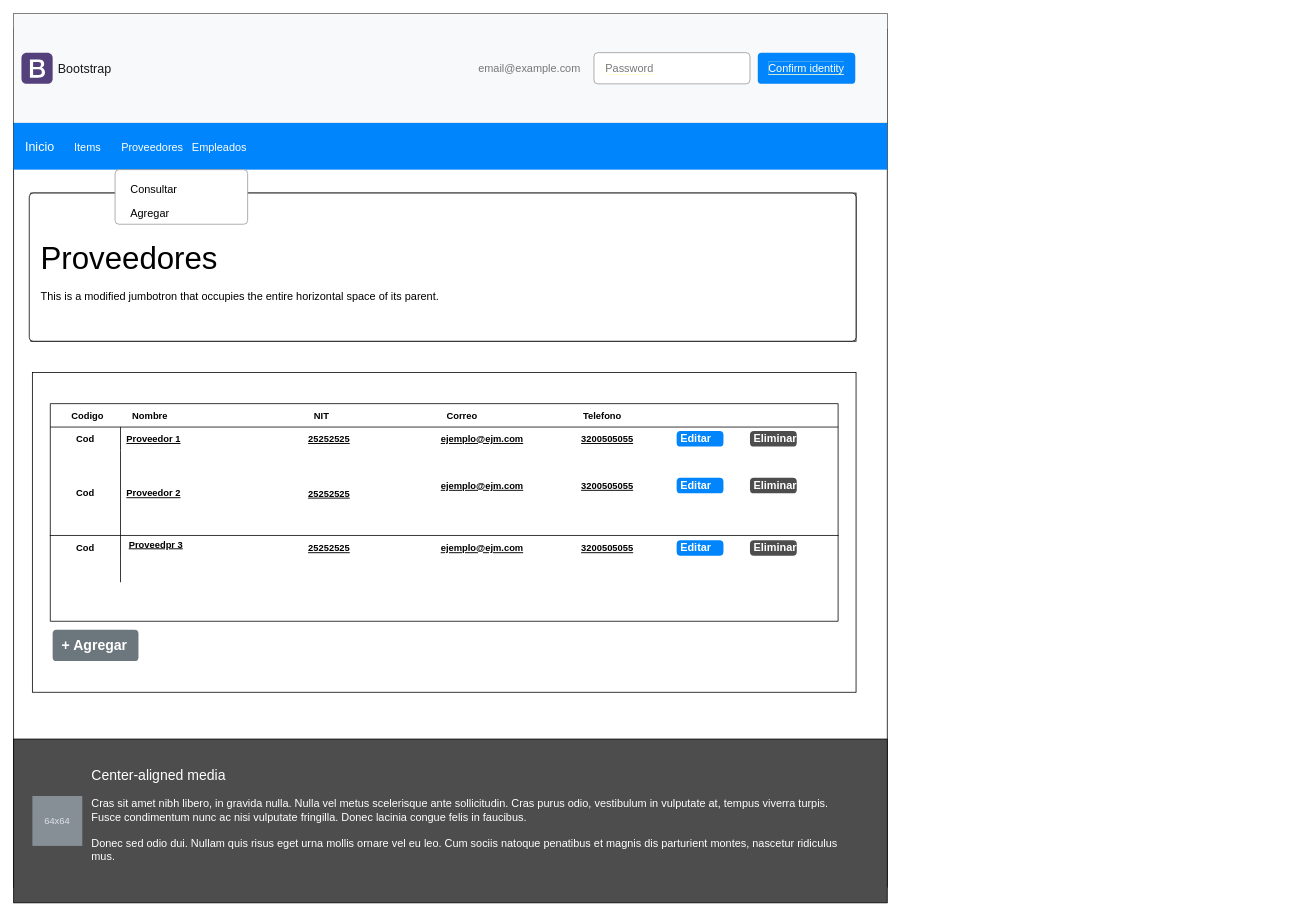
Above: page "Lista-proveedores" (4 of 5) of Documentación/MockUps.drawio in vladimbol7/Proyecto_Ciclo3 (draw.io), before the change. Source tidied: cells renumbered, new cells numbered last; positions are measured from the earlier drawing's top-left corner, leaving out a move shared by most shapes. Both pictures are drawn from the tidied source at 78%, with x=0, y=0 at pixel (13, 13).
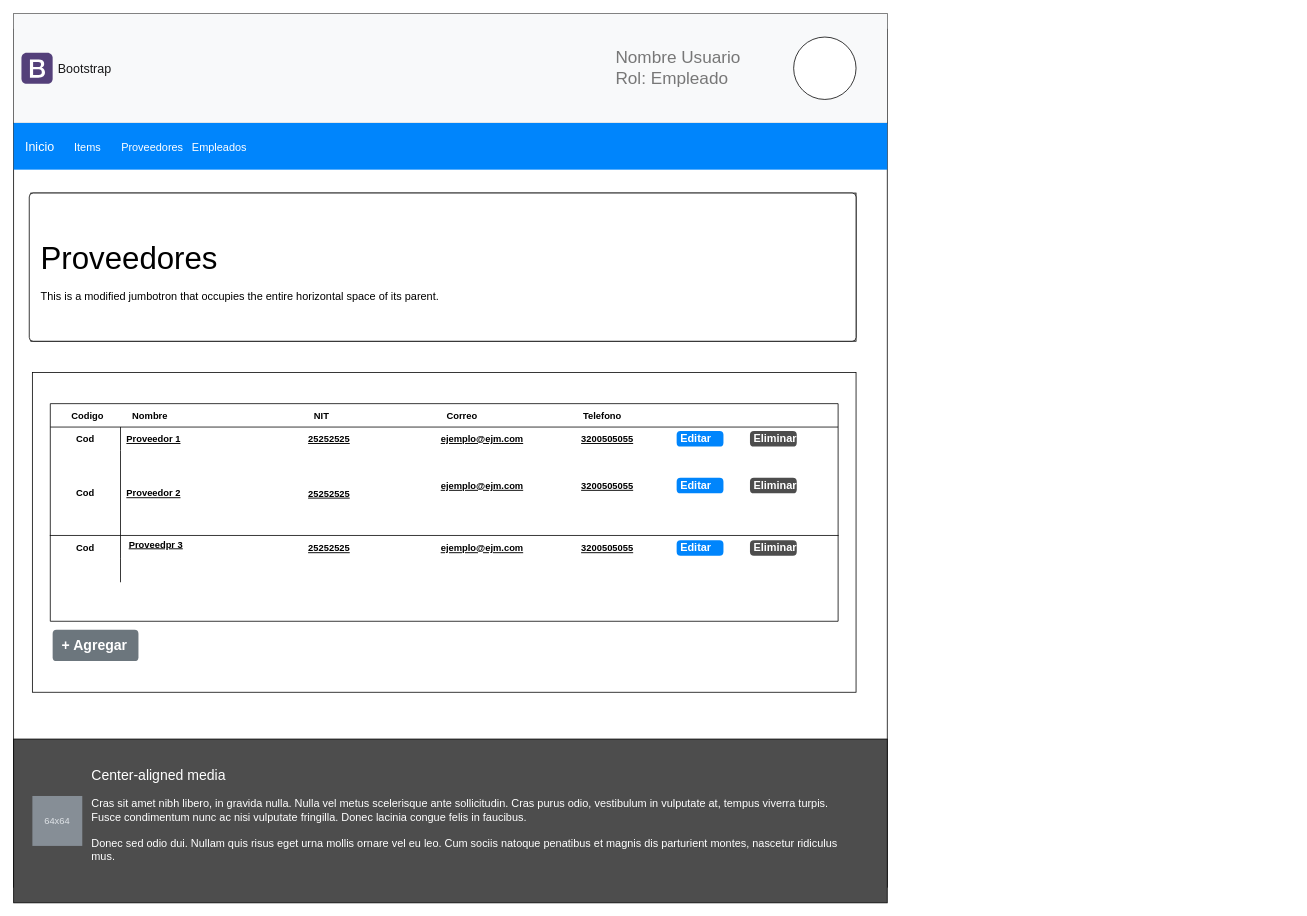
The same page after the edit.

The change refers to these unchanged cells:
```xml
<mxCell id="11" value="Bootstrap" style="html=1;shadow=0;dashed=0;fillColor=#F8F9FA;strokeColor=none;fontSize=16;fontColor=#181819;align=left;spacing=2;spacingLeft=55;" parent="1" vertex="1">
  <mxGeometry width="1120" height="140" as="geometry" />
</mxCell>
```

What changed in the source:
```diff
@@
-    <mxCell id="13" value="email@example.com" style="strokeColor=none;fillColor=none;fontColor=#777777;whiteSpace=wrap;align=left;verticalAlign=middle;fontStyle=0;fontSize=14;labelBackgroundColor=none;" parent="11" vertex="1">
-      <mxGeometry x="594" y="50" width="150" height="40" as="geometry" />
-    </mxCell>
-    <mxCell id="14" value="&lt;span style=&quot;background-color: rgb(255, 255, 255);&quot;&gt;Password&lt;/span&gt;" style="html=1;shadow=0;dashed=0;shape=mxgraph.bootstrap.rrect;rSize=5;strokeColor=#999999;fillColor=#ffffff;fontColor=#777777;whiteSpace=wrap;align=left;verticalAlign=middle;fontStyle=0;fontSize=14;spacing=15;labelBackgroundColor=#FFFFCC;" parent="11" vertex="1">
-      <mxGeometry x="744" y="50" width="200" height="40" as="geometry" />
-    </mxCell>
-    <mxCell id="15" value="&lt;span style=&quot;background-color: rgb(0, 133, 252);&quot;&gt;Confirm identity&lt;/span&gt;" style="html=1;shadow=0;dashed=0;shape=mxgraph.bootstrap.rrect;rSize=5;strokeColor=none;fillColor=#0085FC;fontColor=#ffffff;whiteSpace=wrap;align=center;verticalAlign=middle;fontStyle=0;fontSize=14;spacing=14;labelBackgroundColor=#FFFFCC;" parent="11" vertex="1">
-      <mxGeometry x="954" y="50" width="125" height="40" as="geometry" />
-    </mxCell>
@@
-    <mxCell id="17" style="html=1;shadow=0;dashed=0;shape=mxgraph.bootstrap.rrect;rSize=5;fillColor=#ffffff;strokeColor=#999999;" parent="1" vertex="1">
-      <mxGeometry x="130" y="200" width="170" height="70" as="geometry" />
-    </mxCell>
-    <mxCell id="18" value="Consultar" style="fillColor=none;strokeColor=none;align=left;spacing=20;fontSize=14;" parent="17" vertex="1">
-      <mxGeometry width="170" height="30" relative="1" as="geometry">
-        <mxPoint y="10" as="offset" />
-      </mxGeometry>
-    </mxCell>
-    <mxCell id="19" value="Agregar" style="fillColor=none;strokeColor=none;align=left;spacing=20;fontSize=14;" parent="17" vertex="1">
-      <mxGeometry width="170" height="30" relative="1" as="geometry">
-        <mxPoint y="40" as="offset" />
-      </mxGeometry>
-    </mxCell>
@@
+    <mxCell id="58" value="Nombre Usuario&#10;Rol: Empleado" style="strokeColor=none;fillColor=none;fontColor=#777777;whiteSpace=wrap;align=left;verticalAlign=middle;fontStyle=0;fontSize=22;labelBackgroundColor=none;" parent="1" vertex="1">
+      <mxGeometry x="770" y="50" width="226" height="40" as="geometry" />
+    </mxCell>
+    <mxCell id="59" style="ellipse;whiteSpace=wrap;html=1;" parent="1" vertex="1">
+      <mxGeometry x="1000" y="30" width="80" height="80" as="geometry" />
+    </mxCell>
```
